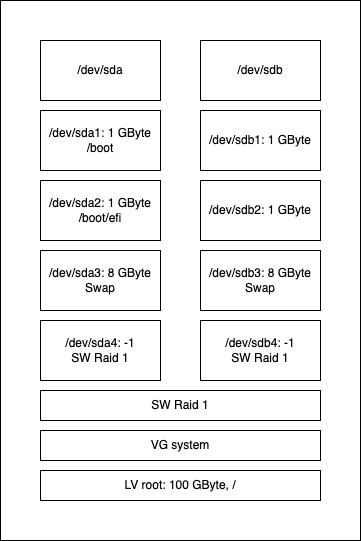
osism/node-image keeps this draw.io diagram as assets/disklayout-2.drawio.png. Above is the earlier version. Source tidied: cells renumbered, new cells last; positions are measured from the earlier drawing's top-left corner, leaving out a move shared by most shapes.
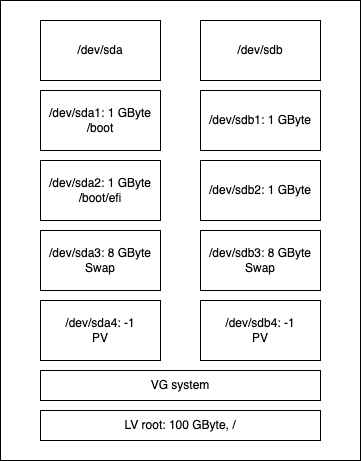
After the commit.

What changed in the source:
```diff
@@ -3,7 +3,7 @@
     <mxCell id="0" />
     <mxCell id="1" parent="0" />
     <mxCell id="2" style="rounded=0;whiteSpace=wrap;html=1;" parent="1" vertex="1">
-      <mxGeometry width="360" height="540" as="geometry" />
+      <mxGeometry y="20" width="360" height="460" as="geometry" />
     </mxCell>
     <mxCell id="3" value="/dev/sda" style="rounded=0;whiteSpace=wrap;html=1;" parent="1" vertex="1">
       <mxGeometry x="40" y="40" width="120" height="60" as="geometry" />
@@ -29,20 +29,17 @@
     <mxCell id="10" value="/dev/sdb3: 8 GByte&lt;br&gt;Swap" style="rounded=0;whiteSpace=wrap;html=1;" parent="1" vertex="1">
       <mxGeometry x="200" y="250" width="120" height="60" as="geometry" />
     </mxCell>
-    <mxCell id="11" value="/dev/sda4: -1&lt;br&gt;SW Raid 1" style="rounded=0;whiteSpace=wrap;html=1;" parent="1" vertex="1">
+    <mxCell id="11" value="/dev/sda4: -1&lt;br&gt;PV" style="rounded=0;whiteSpace=wrap;html=1;" parent="1" vertex="1">
       <mxGeometry x="40" y="320" width="120" height="60" as="geometry" />
     </mxCell>
-    <mxCell id="12" value="/dev/sdb4: -1&lt;br&gt;SW Raid 1" style="rounded=0;whiteSpace=wrap;html=1;" parent="1" vertex="1">
+    <mxCell id="12" value="/dev/sdb4: -1&lt;br&gt;PV" style="rounded=0;whiteSpace=wrap;html=1;" parent="1" vertex="1">
       <mxGeometry x="200" y="320" width="120" height="60" as="geometry" />
     </mxCell>
-    <mxCell id="13" value="SW Raid 1" style="rounded=0;whiteSpace=wrap;html=1;" parent="1" vertex="1">
-      <mxGeometry x="40" y="390" width="280" height="30" as="geometry" />
-    </mxCell>
     <mxCell id="14" value="VG system" style="rounded=0;whiteSpace=wrap;html=1;" parent="1" vertex="1">
-      <mxGeometry x="40" y="430" width="280" height="30" as="geometry" />
+      <mxGeometry x="40" y="390" width="280" height="30" as="geometry" />
     </mxCell>
     <mxCell id="15" value="LV root: 100 GByte, /" style="rounded=0;whiteSpace=wrap;html=1;align=center;labelPosition=center;verticalLabelPosition=middle;verticalAlign=middle;" parent="1" vertex="1">
-      <mxGeometry x="40" y="470" width="280" height="30" as="geometry" />
+      <mxGeometry x="40" y="430" width="280" height="30" as="geometry" />
     </mxCell>
   </root>
 </mxGraphModel>
```
